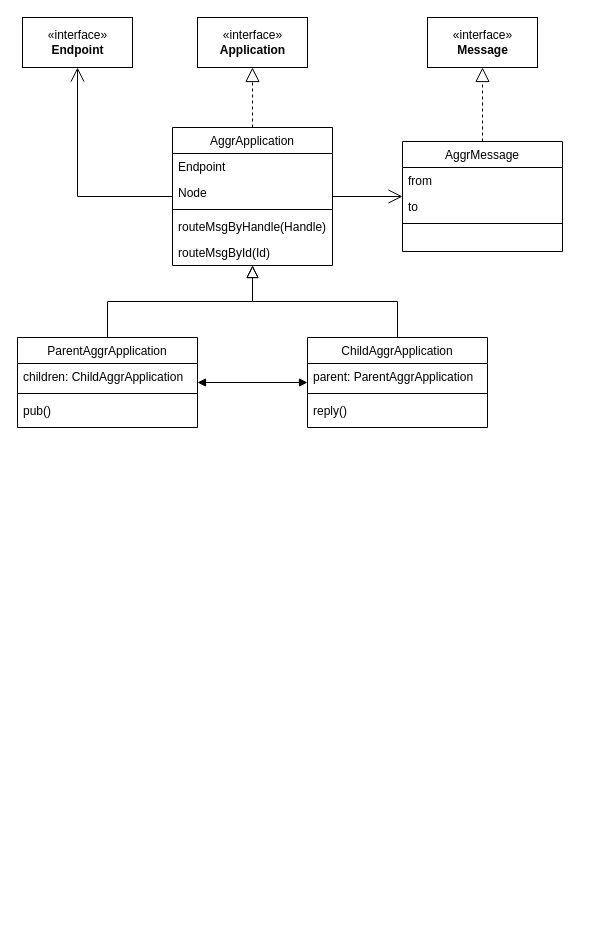
The draw.io diagram ApplicationDiagram.drawio in OneOverThree/PastryTest, before the edit. Source tidied: cells renumbered, new cells numbered last; positions are measured from the earlier drawing's top-left corner, leaving out a move shared by most shapes. Both pictures are drawn from the tidied source at 100%, with x=0, y=0 at pixel (17, 17).
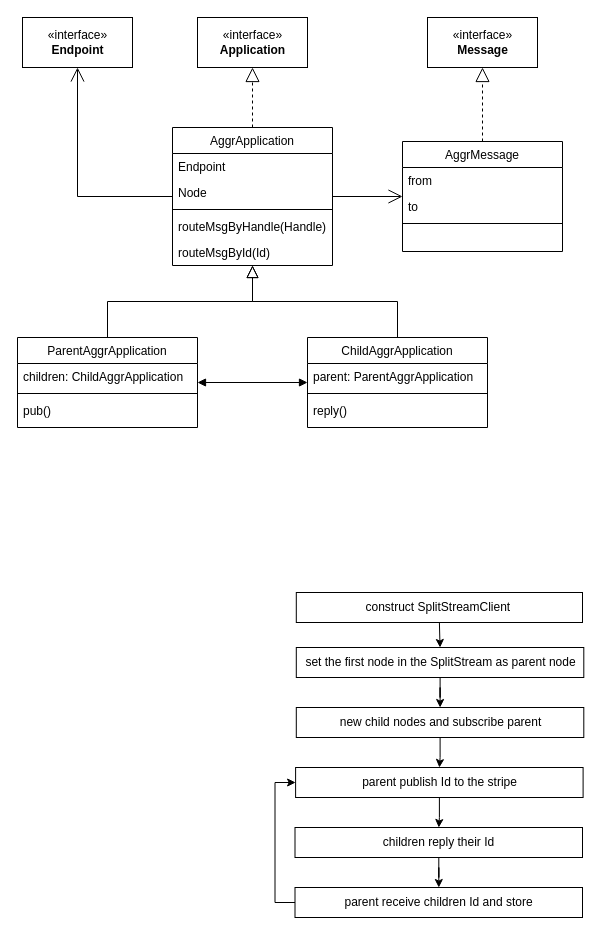
The same diagram, later.

Diff of the diagram source:
```diff
@@
+    <mxCell id="30" style="edgeStyle=orthogonalEdgeStyle;rounded=0;jettySize=auto;html=1;exitX=0.5;exitY=1;exitDx=0;exitDy=0;entryX=0.5;entryY=0;entryDx=0;entryDy=0;" parent="1" edge="1" source="31" target="33">
+      <mxGeometry relative="1" as="geometry" />
+    </mxCell>
+    <mxCell id="31" value="construct SplitStreamClient&amp;nbsp;" style="html=1;dashed=0;whitespace=wrap;" parent="1" vertex="1">
+      <mxGeometry x="278.8" y="575" width="286.2" height="30" as="geometry" />
+    </mxCell>
+    <mxCell id="32" style="edgeStyle=orthogonalEdgeStyle;rounded=0;jettySize=auto;html=1;" parent="1" edge="1" source="33" target="35">
+      <mxGeometry relative="1" as="geometry" />
+    </mxCell>
+    <mxCell id="33" value="set the first node in the SplitStream as parent node" style="html=1;dashed=0;whitespace=wrap;" parent="1" vertex="1">
+      <mxGeometry x="278.8" y="630" width="287.5" height="30" as="geometry" />
+    </mxCell>
+    <mxCell id="34" style="edgeStyle=orthogonalEdgeStyle;rounded=0;jettySize=auto;html=1;" parent="1" edge="1" source="35" target="37">
+      <mxGeometry relative="1" as="geometry" />
+    </mxCell>
+    <mxCell id="35" value="new child nodes and subscribe parent" style="html=1;dashed=0;whitespace=wrap;" parent="1" vertex="1">
+      <mxGeometry x="278.8" y="690" width="287.5" height="30" as="geometry" />
+    </mxCell>
+    <mxCell id="36" style="edgeStyle=orthogonalEdgeStyle;rounded=0;jettySize=auto;html=1;" parent="1" edge="1" source="37" target="39">
+      <mxGeometry relative="1" as="geometry" />
+    </mxCell>
+    <mxCell id="37" value="parent publish Id to the stripe" style="html=1;dashed=0;whitespace=wrap;" parent="1" vertex="1">
+      <mxGeometry x="278.1" y="750" width="287.5" height="30" as="geometry" />
+    </mxCell>
+    <mxCell id="38" style="edgeStyle=orthogonalEdgeStyle;rounded=0;jettySize=auto;html=1;" parent="1" edge="1" source="39" target="41">
+      <mxGeometry relative="1" as="geometry" />
+    </mxCell>
+    <mxCell id="39" value="children reply their Id" style="html=1;dashed=0;whitespace=wrap;" parent="1" vertex="1">
+      <mxGeometry x="277.5" y="810" width="287.5" height="30" as="geometry" />
+    </mxCell>
+    <mxCell id="40" style="edgeStyle=orthogonalEdgeStyle;rounded=0;jettySize=auto;html=1;exitX=0;exitY=0.5;exitDx=0;exitDy=0;entryX=0;entryY=0.5;entryDx=0;entryDy=0;" parent="1" edge="1" source="41" target="37">
+      <mxGeometry relative="1" as="geometry" />
+    </mxCell>
+    <mxCell id="41" value="parent receive children Id and store" style="html=1;dashed=0;whitespace=wrap;" parent="1" vertex="1">
+      <mxGeometry x="277.5" y="870" width="287.5" height="30" as="geometry" />
+    </mxCell>
```
